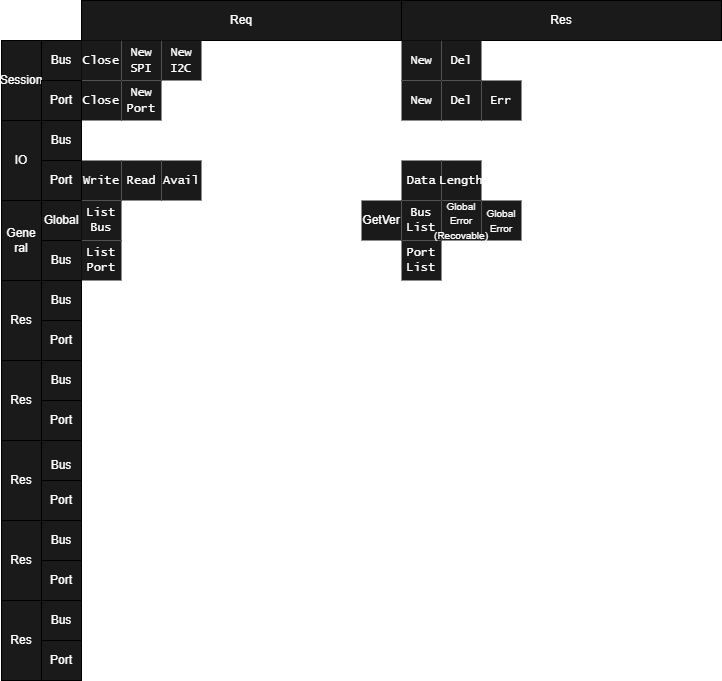
nnctroboticsclub/esp-stm32 keeps this draw.io diagram as docs/protocols/data_proxy.drawio.png. Above is the earlier version. Source tidied: cells renumbered, new cells last; positions are measured from the earlier drawing's top-left corner, leaving out a move shared by most shapes.
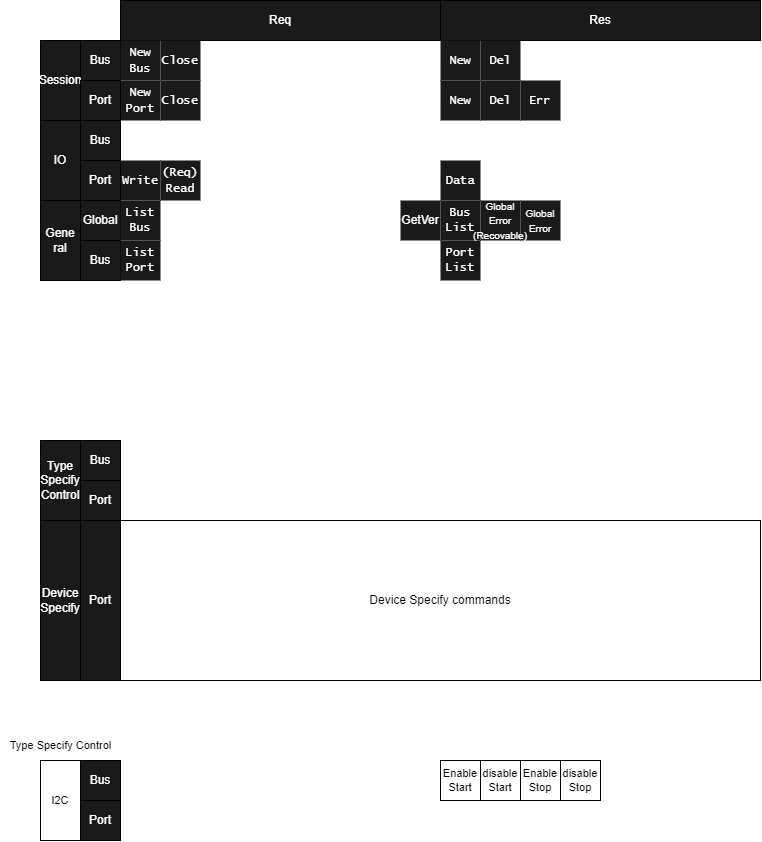
Later version of the same file.

Commit message:
Docs: Update data_proxy protocol

What changed in the source:
```diff
@@ -20,17 +20,14 @@
     <mxCell id="7" value="Gene&lt;br&gt;ral" style="rounded=0;whiteSpace=wrap;html=1;fontColor=#FFFFFF;labelBackgroundColor=none;fillColor=#1A1A1A;strokeColor=default;" parent="1" vertex="1">
       <mxGeometry y="200" width="40" height="80" as="geometry" />
     </mxCell>
-    <mxCell id="8" value="Res" style="rounded=0;whiteSpace=wrap;html=1;fontColor=#FFFFFF;labelBackgroundColor=none;fillColor=#1A1A1A;strokeColor=default;" parent="1" vertex="1">
-      <mxGeometry y="280" width="40" height="80" as="geometry" />
+    <mxCell id="8" value="Type&lt;br&gt;Specify&lt;br&gt;Control" style="rounded=0;whiteSpace=wrap;html=1;fontColor=#FFFFFF;labelBackgroundColor=none;fillColor=#1A1A1A;strokeColor=default;" parent="1" vertex="1">
+      <mxGeometry y="440" width="40" height="80" as="geometry" />
     </mxCell>
-    <mxCell id="9" value="&lt;font face=&quot;Lucida Console&quot;&gt;New&lt;br&gt;SPI&lt;/font&gt;" style="text;html=1;strokeColor=none;fillColor=#1A1A1A;align=center;verticalAlign=middle;whiteSpace=wrap;rounded=0;fontColor=#FFFFFF;labelBackgroundColor=none;" parent="1" vertex="1">
-      <mxGeometry x="120" y="40" width="40" height="40" as="geometry" />
+    <mxCell id="9" value="&lt;font face=&quot;Lucida Console&quot;&gt;New&lt;br&gt;Bus&lt;br&gt;&lt;/font&gt;" style="text;html=1;strokeColor=none;fillColor=#1A1A1A;align=center;verticalAlign=middle;whiteSpace=wrap;rounded=0;fontColor=#FFFFFF;labelBackgroundColor=none;" parent="1" vertex="1">
+      <mxGeometry x="80" y="40" width="40" height="40" as="geometry" />
     </mxCell>
-    <mxCell id="10" value="&lt;font face=&quot;Lucida Console&quot;&gt;New&lt;br&gt;I2C&lt;br&gt;&lt;/font&gt;" style="text;html=1;strokeColor=none;fillColor=#1A1A1A;align=center;verticalAlign=middle;whiteSpace=wrap;rounded=0;fontColor=#FFFFFF;labelBackgroundColor=none;" parent="1" vertex="1">
-      <mxGeometry x="160" y="40" width="40" height="40" as="geometry" />
-    </mxCell>
     <mxCell id="11" value="&lt;font face=&quot;Lucida Console&quot;&gt;Close&lt;br&gt;&lt;/font&gt;" style="text;html=1;strokeColor=none;fillColor=#1A1A1A;align=center;verticalAlign=middle;whiteSpace=wrap;rounded=0;fontColor=#FFFFFF;labelBackgroundColor=none;" parent="1" vertex="1">
-      <mxGeometry x="80" y="40" width="40" height="40" as="geometry" />
+      <mxGeometry x="120" y="40" width="40" height="40" as="geometry" />
     </mxCell>
     <mxCell id="12" value="&lt;font face=&quot;Lucida Console&quot;&gt;New&lt;br&gt;&lt;/font&gt;" style="text;html=1;strokeColor=none;fillColor=#1A1A1A;align=center;verticalAlign=middle;whiteSpace=wrap;rounded=0;fontColor=#FFFFFF;labelBackgroundColor=none;" parent="1" vertex="1">
       <mxGeometry x="400" y="40" width="40" height="40" as="geometry" />
@@ -39,7 +36,7 @@
       <mxGeometry x="440" y="40" width="40" height="40" as="geometry" />
     </mxCell>
     <mxCell id="14" value="&lt;font face=&quot;Lucida Console&quot;&gt;New&lt;br&gt;Port&lt;br&gt;&lt;/font&gt;" style="text;html=1;strokeColor=none;fillColor=#1A1A1A;align=center;verticalAlign=middle;whiteSpace=wrap;rounded=0;fontColor=#FFFFFF;labelBackgroundColor=none;" parent="1" vertex="1">
-      <mxGeometry x="120" y="80" width="40" height="40" as="geometry" />
+      <mxGeometry x="80" y="80" width="40" height="40" as="geometry" />
     </mxCell>
     <mxCell id="15" value="&lt;font face=&quot;Lucida Console&quot;&gt;New&lt;br&gt;&lt;/font&gt;" style="text;html=1;strokeColor=none;fillColor=#1A1A1A;align=center;verticalAlign=middle;whiteSpace=wrap;rounded=0;fontColor=#FFFFFF;labelBackgroundColor=none;" parent="1" vertex="1">
       <mxGeometry x="400" y="80" width="40" height="40" as="geometry" />
@@ -48,7 +45,7 @@
       <mxGeometry x="440" y="80" width="40" height="40" as="geometry" />
     </mxCell>
     <mxCell id="17" value="&lt;font face=&quot;Lucida Console&quot;&gt;Close&lt;br&gt;&lt;/font&gt;" style="text;html=1;strokeColor=none;fillColor=#1A1A1A;align=center;verticalAlign=middle;whiteSpace=wrap;rounded=0;fontColor=#FFFFFF;labelBackgroundColor=none;" parent="1" vertex="1">
-      <mxGeometry x="80" y="80" width="40" height="40" as="geometry" />
+      <mxGeometry x="120" y="80" width="40" height="40" as="geometry" />
     </mxCell>
     <mxCell id="18" value="&lt;font face=&quot;Lucida Console&quot;&gt;Err&lt;br&gt;&lt;/font&gt;" style="text;html=1;strokeColor=none;fillColor=#1A1A1A;align=center;verticalAlign=middle;whiteSpace=wrap;rounded=0;fontColor=#FFFFFF;labelBackgroundColor=none;" parent="1" vertex="1">
       <mxGeometry x="480" y="80" width="40" height="40" as="geometry" />
@@ -56,18 +53,9 @@
     <mxCell id="19" value="&lt;font face=&quot;Lucida Console&quot;&gt;Write&lt;br&gt;&lt;/font&gt;" style="text;html=1;strokeColor=none;fillColor=#1A1A1A;align=center;verticalAlign=middle;whiteSpace=wrap;rounded=0;fontColor=#FFFFFF;labelBackgroundColor=none;" parent="1" vertex="1">
       <mxGeometry x="80" y="160" width="40" height="40" as="geometry" />
     </mxCell>
-    <mxCell id="20" value="&lt;font face=&quot;Lucida Console&quot;&gt;Read&lt;br&gt;&lt;/font&gt;" style="text;html=1;strokeColor=none;fillColor=#1A1A1A;align=center;verticalAlign=middle;whiteSpace=wrap;rounded=0;fontColor=#FFFFFF;labelBackgroundColor=none;" parent="1" vertex="1">
-      <mxGeometry x="120" y="160" width="40" height="40" as="geometry" />
-    </mxCell>
-    <mxCell id="21" value="&lt;font face=&quot;Lucida Console&quot;&gt;Avail&lt;br&gt;&lt;/font&gt;" style="text;html=1;strokeColor=none;fillColor=#1A1A1A;align=center;verticalAlign=middle;whiteSpace=wrap;rounded=0;fontColor=#FFFFFF;labelBackgroundColor=none;" parent="1" vertex="1">
-      <mxGeometry x="160" y="160" width="40" height="40" as="geometry" />
-    </mxCell>
     <mxCell id="22" value="&lt;font face=&quot;Lucida Console&quot;&gt;Data&lt;br&gt;&lt;/font&gt;" style="text;html=1;strokeColor=none;fillColor=#1A1A1A;align=center;verticalAlign=middle;whiteSpace=wrap;rounded=0;fontColor=#FFFFFF;labelBackgroundColor=none;" parent="1" vertex="1">
       <mxGeometry x="400" y="160" width="40" height="40" as="geometry" />
     </mxCell>
-    <mxCell id="23" value="&lt;font face=&quot;Lucida Console&quot;&gt;Length&lt;br&gt;&lt;/font&gt;" style="text;html=1;strokeColor=none;fillColor=#1A1A1A;align=center;verticalAlign=middle;whiteSpace=wrap;rounded=0;fontColor=#FFFFFF;labelBackgroundColor=none;" parent="1" vertex="1">
-      <mxGeometry x="440" y="160" width="40" height="40" as="geometry" />
-    </mxCell>
     <mxCell id="24" value="Port" style="rounded=0;whiteSpace=wrap;html=1;fontColor=#FFFFFF;labelBackgroundColor=none;fillColor=#1A1A1A;strokeColor=default;" parent="1" vertex="1">
       <mxGeometry x="40" y="80" width="40" height="40" as="geometry" />
     </mxCell>
@@ -84,35 +72,11 @@
       <mxGeometry x="40" y="240" width="40" height="40" as="geometry" />
     </mxCell>
     <mxCell id="29" value="Bus" style="rounded=0;whiteSpace=wrap;html=1;fontColor=#FFFFFF;labelBackgroundColor=none;fillColor=#1A1A1A;strokeColor=default;" parent="1" vertex="1">
-      <mxGeometry x="40" y="280" width="40" height="40" as="geometry" />
+      <mxGeometry x="40" y="440" width="40" height="40" as="geometry" />
     </mxCell>
-    <mxCell id="30" value="Port" style="rounded=0;whiteSpace=wrap;html=1;fontColor=#FFFFFF;labelBackgroundColor=none;fillColor=#1A1A1A;strokeColor=default;" parent="1" vertex="1">
-      <mxGeometry x="40" y="320" width="40" height="40" as="geometry" />
-    </mxCell>
-    <mxCell id="31" value="Bus" style="rounded=0;whiteSpace=wrap;html=1;fontColor=#FFFFFF;labelBackgroundColor=none;fillColor=#1A1A1A;strokeColor=default;" parent="1" vertex="1">
-      <mxGeometry x="40" y="360" width="40" height="40" as="geometry" />
+    <mxCell id="31" value="Port" style="rounded=0;whiteSpace=wrap;html=1;fontColor=#FFFFFF;labelBackgroundColor=none;fillColor=#1A1A1A;strokeColor=default;" parent="1" vertex="1">
+      <mxGeometry x="40" y="520" width="40" height="160" as="geometry" />
     </mxCell>
-    <mxCell id="32" value="Port" style="rounded=0;whiteSpace=wrap;html=1;fontColor=#FFFFFF;labelBackgroundColor=none;fillColor=#1A1A1A;strokeColor=default;" parent="1" vertex="1">
-      <mxGeometry x="40" y="400" width="40" height="40" as="geometry" />
-    </mxCell>
-    <mxCell id="33" value="Bus" style="rounded=0;whiteSpace=wrap;html=1;fontColor=#FFFFFF;labelBackgroundColor=none;fillColor=#1A1A1A;strokeColor=default;" parent="1" vertex="1">
-      <mxGeometry x="40" y="440" width="40" height="50" as="geometry" />
-    </mxCell>
-    <mxCell id="34" value="Port" style="rounded=0;whiteSpace=wrap;html=1;fontColor=#FFFFFF;labelBackgroundColor=none;fillColor=#1A1A1A;strokeColor=default;" parent="1" vertex="1">
-      <mxGeometry x="40" y="480" width="40" height="40" as="geometry" />
-    </mxCell>
-    <mxCell id="35" value="Bus" style="rounded=0;whiteSpace=wrap;html=1;fontColor=#FFFFFF;labelBackgroundColor=none;fillColor=#1A1A1A;strokeColor=default;" parent="1" vertex="1">
-      <mxGeometry x="40" y="520" width="40" height="40" as="geometry" />
-    </mxCell>
-    <mxCell id="36" value="Port" style="rounded=0;whiteSpace=wrap;html=1;fontColor=#FFFFFF;labelBackgroundColor=none;fillColor=#1A1A1A;strokeColor=default;" parent="1" vertex="1">
-      <mxGeometry x="40" y="560" width="40" height="40" as="geometry" />
-    </mxCell>
-    <mxCell id="37" value="Bus" style="rounded=0;whiteSpace=wrap;html=1;fontColor=#FFFFFF;labelBackgroundColor=none;fillColor=#1A1A1A;strokeColor=default;" parent="1" vertex="1">
-      <mxGeometry x="40" y="600" width="40" height="40" as="geometry" />
-    </mxCell>
-    <mxCell id="38" value="Port" style="rounded=0;whiteSpace=wrap;html=1;fontColor=#FFFFFF;labelBackgroundColor=none;fillColor=#1A1A1A;strokeColor=default;" parent="1" vertex="1">
-      <mxGeometry x="40" y="640" width="40" height="40" as="geometry" />
-    </mxCell>
     <mxCell id="39" value="List&lt;br&gt;Bus" style="text;html=1;strokeColor=none;fillColor=#1A1A1A;align=center;verticalAlign=middle;whiteSpace=wrap;rounded=0;fontFamily=Lucida Console;fontColor=#FFFFFF;labelBackgroundColor=none;" parent="1" vertex="1">
       <mxGeometry x="80" y="200" width="40" height="40" as="geometry" />
     </mxCell>
@@ -128,23 +92,47 @@
     <mxCell id="43" value="GetVer" style="text;html=1;strokeColor=none;fillColor=#1A1A1A;align=center;verticalAlign=middle;whiteSpace=wrap;rounded=0;fontColor=#FFFFFF;labelBackgroundColor=none;" parent="1" vertex="1">
       <mxGeometry x="360" y="200" width="40" height="40" as="geometry" />
     </mxCell>
-    <mxCell id="44" value="Res" style="rounded=0;whiteSpace=wrap;html=1;fontColor=#FFFFFF;labelBackgroundColor=none;fillColor=#1A1A1A;strokeColor=default;" parent="1" vertex="1">
-      <mxGeometry y="360" width="40" height="80" as="geometry" />
+    <mxCell id="44" value="Device&lt;br&gt;Specify" style="rounded=0;whiteSpace=wrap;html=1;fontColor=#FFFFFF;labelBackgroundColor=none;fillColor=#1A1A1A;strokeColor=default;" parent="1" vertex="1">
+      <mxGeometry y="520" width="40" height="160" as="geometry" />
     </mxCell>
-    <mxCell id="45" value="Res" style="rounded=0;whiteSpace=wrap;html=1;fontColor=#FFFFFF;labelBackgroundColor=none;fillColor=#1A1A1A;strokeColor=default;" parent="1" vertex="1">
-      <mxGeometry y="440" width="40" height="80" as="geometry" />
-    </mxCell>
-    <mxCell id="46" value="Res" style="rounded=0;whiteSpace=wrap;html=1;fontColor=#FFFFFF;labelBackgroundColor=none;fillColor=#1A1A1A;strokeColor=default;" parent="1" vertex="1">
-      <mxGeometry y="520" width="40" height="80" as="geometry" />
-    </mxCell>
-    <mxCell id="47" value="Res" style="rounded=0;whiteSpace=wrap;html=1;fontColor=#FFFFFF;labelBackgroundColor=none;fillColor=#1A1A1A;strokeColor=default;" parent="1" vertex="1">
-      <mxGeometry y="600" width="40" height="80" as="geometry" />
-    </mxCell>
     <mxCell id="48" value="&lt;font style=&quot;font-size: 10px;&quot;&gt;&lt;font style=&quot;font-size: 10px;&quot;&gt;Global&lt;br&gt;Error&lt;/font&gt;&lt;br&gt;&lt;/font&gt;" style="text;html=1;strokeColor=none;fillColor=#1A1A1A;align=center;verticalAlign=middle;whiteSpace=wrap;rounded=0;fontColor=#FFFFFF;labelBackgroundColor=none;" parent="1" vertex="1">
       <mxGeometry x="480" y="200" width="40" height="40" as="geometry" />
     </mxCell>
     <mxCell id="49" value="&lt;font style=&quot;font-size: 10px;&quot;&gt;&lt;font style=&quot;font-size: 10px;&quot;&gt;Global&lt;br&gt;Error&lt;br&gt;&lt;/font&gt;(Recovable)&lt;/font&gt;" style="text;html=1;strokeColor=none;fillColor=#1A1A1A;align=center;verticalAlign=middle;whiteSpace=wrap;rounded=0;fontColor=#FFFFFF;labelBackgroundColor=none;" parent="1" vertex="1">
       <mxGeometry x="440" y="200" width="40" height="40" as="geometry" />
     </mxCell>
+    <mxCell id="50" value="Device Specify commands" style="whiteSpace=wrap;html=1;" parent="1" vertex="1">
+      <mxGeometry x="80" y="520" width="640" height="160" as="geometry" />
+    </mxCell>
+    <mxCell id="34" value="Port" style="rounded=0;whiteSpace=wrap;html=1;fontColor=#FFFFFF;labelBackgroundColor=none;fillColor=#1A1A1A;strokeColor=default;" parent="1" vertex="1">
+      <mxGeometry x="40" y="480" width="40" height="40" as="geometry" />
+    </mxCell>
+    <mxCell id="51" value="I2C" style="whiteSpace=wrap;html=1;fontSize=11;" parent="1" vertex="1">
+      <mxGeometry y="760" width="40" height="80" as="geometry" />
+    </mxCell>
+    <mxCell id="52" value="Type Specify Control&lt;br&gt;" style="text;html=1;align=center;verticalAlign=middle;strokeColor=none;fillColor=none;fontSize=11;" parent="1" vertex="1">
+      <mxGeometry x="-40" y="730" width="120" height="30" as="geometry" />
+    </mxCell>
+    <mxCell id="53" value="Bus" style="rounded=0;whiteSpace=wrap;html=1;fontColor=#FFFFFF;labelBackgroundColor=none;fillColor=#1A1A1A;strokeColor=default;" parent="1" vertex="1">
+      <mxGeometry x="40" y="760" width="40" height="40" as="geometry" />
+    </mxCell>
+    <mxCell id="54" value="Port" style="rounded=0;whiteSpace=wrap;html=1;fontColor=#FFFFFF;labelBackgroundColor=none;fillColor=#1A1A1A;strokeColor=default;" parent="1" vertex="1">
+      <mxGeometry x="40" y="800" width="40" height="40" as="geometry" />
+    </mxCell>
+    <mxCell id="55" value="Enable&lt;br&gt;Start" style="whiteSpace=wrap;html=1;fontSize=11;" parent="1" vertex="1">
+      <mxGeometry x="400" y="760" width="40" height="40" as="geometry" />
+    </mxCell>
+    <mxCell id="56" value="Enable&lt;br&gt;Stop" style="whiteSpace=wrap;html=1;fontSize=11;" parent="1" vertex="1">
+      <mxGeometry x="480" y="760" width="40" height="40" as="geometry" />
+    </mxCell>
+    <mxCell id="57" value="disable&lt;br&gt;Start" style="whiteSpace=wrap;html=1;fontSize=11;" parent="1" vertex="1">
+      <mxGeometry x="440" y="760" width="40" height="40" as="geometry" />
+    </mxCell>
+    <mxCell id="58" value="disable&lt;br&gt;Stop" style="whiteSpace=wrap;html=1;fontSize=11;" parent="1" vertex="1">
+      <mxGeometry x="520" y="760" width="40" height="40" as="geometry" />
+    </mxCell>
+    <mxCell id="59" value="&lt;font face=&quot;Lucida Console&quot;&gt;(Req)&lt;br&gt;Read&lt;br&gt;&lt;/font&gt;" style="text;html=1;strokeColor=none;fillColor=#1A1A1A;align=center;verticalAlign=middle;whiteSpace=wrap;rounded=0;fontColor=#FFFFFF;labelBackgroundColor=none;" parent="1" vertex="1">
+      <mxGeometry x="120" y="160" width="40" height="40" as="geometry" />
+    </mxCell>
   </root>
 </mxGraphModel>
```
